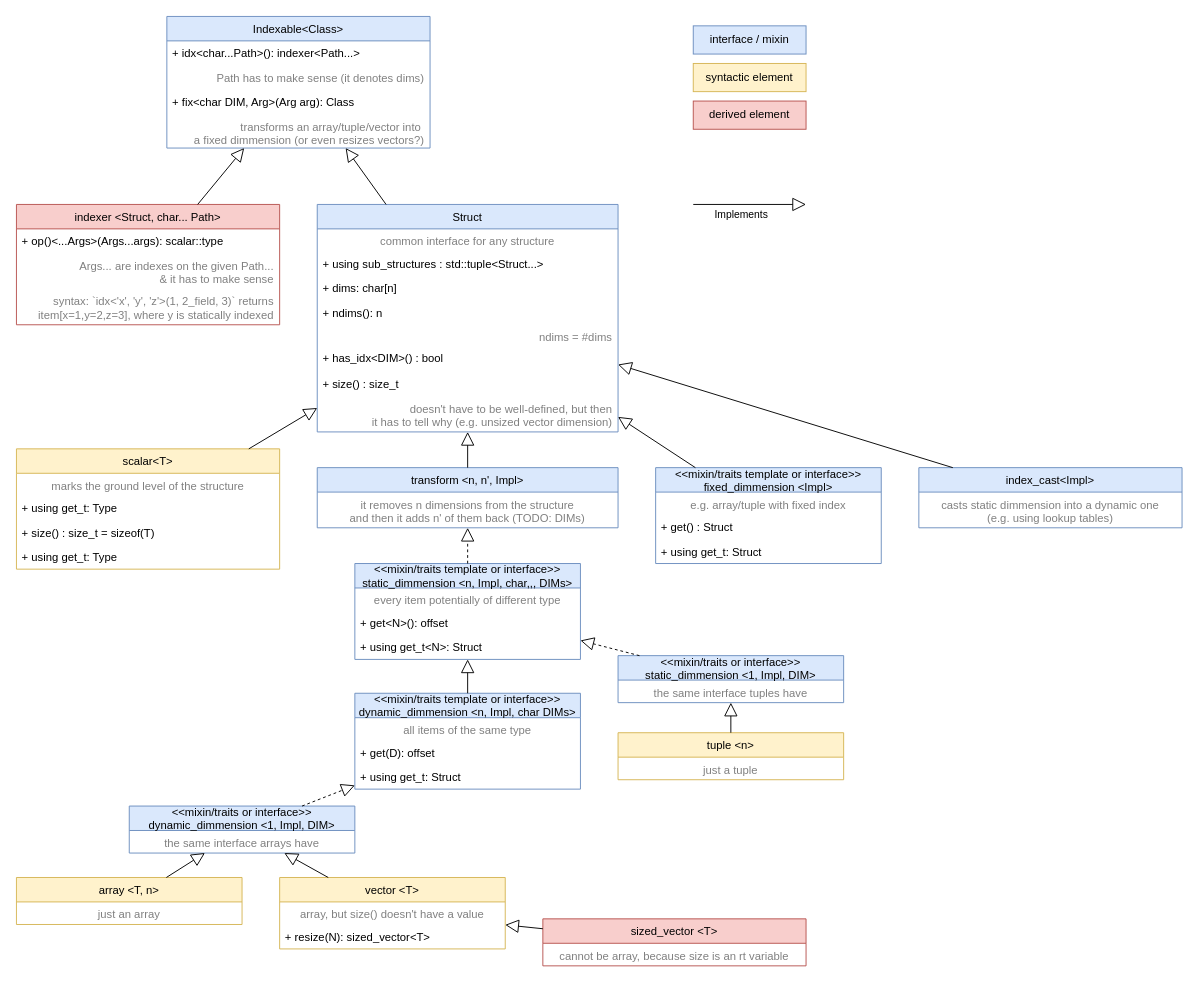
ParaCoToUl/noarr-structures keeps this draw.io diagram as policies/prototype/diagram.drawio. Above is the earlier version. Source tidied: cells renumbered, new cells numbered last; positions are measured from the earlier drawing's top-left corner, leaving out a move shared by most shapes. Both pictures are drawn from the tidied source at 94%, with x=0, y=0 at pixel (16, 16).
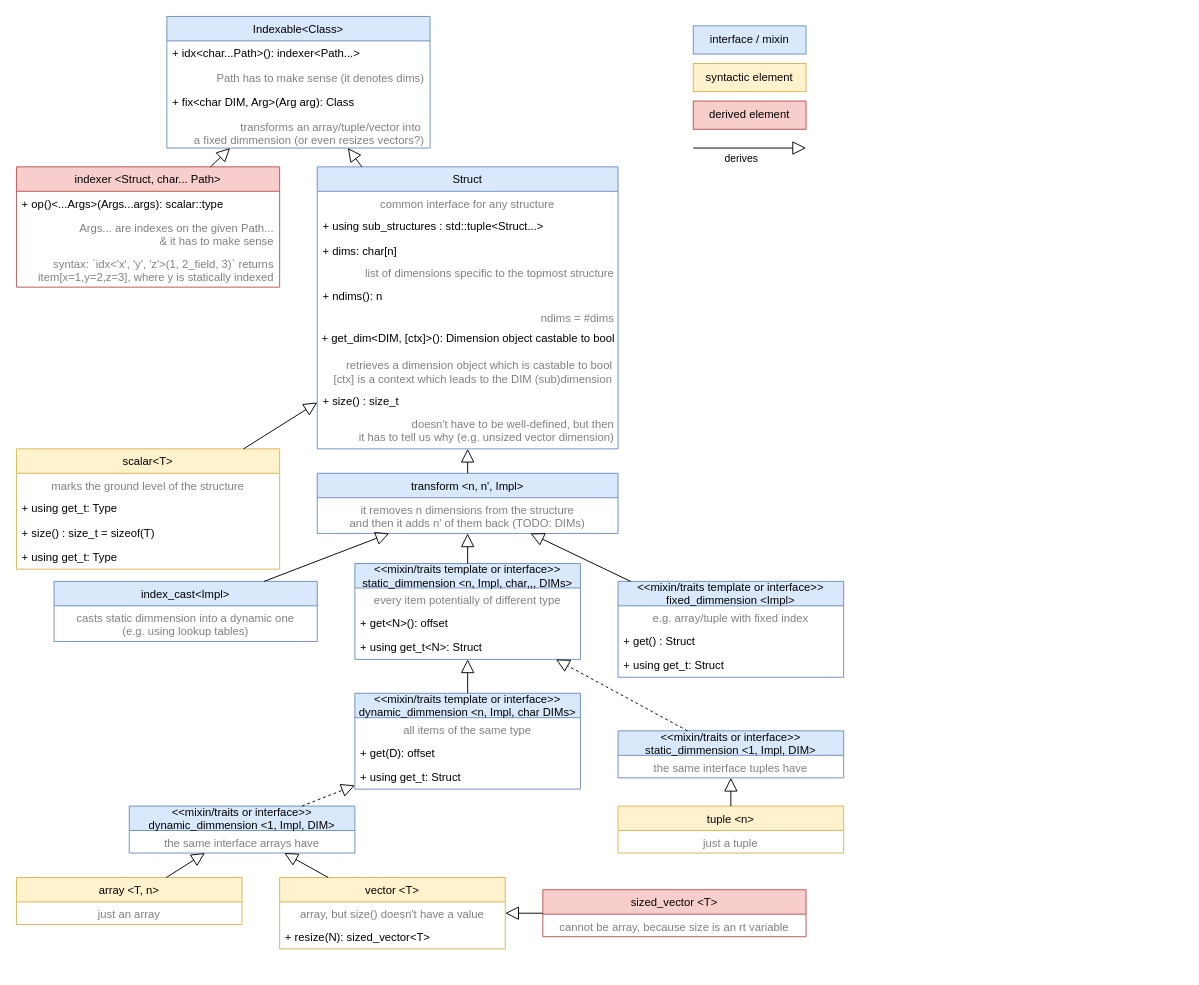
After the change.

Unchanged cells that the change refers to:
```xml
<mxCell id="2" value="&lt;&lt;mixin/traits template or interface&gt;&gt;&#10;static_dimmension &lt;n, Impl, char,,, DIMs&gt;" style="swimlane;fontStyle=0;horizontal=1;startSize=26;fillColor=#dae8fc;strokeColor=#6c8ebf;" parent="1" vertex="1">
  <mxGeometry x="360" y="582" width="240" height="102" as="geometry" />
</mxCell>
```

The edit, as a diff of the source:
```diff
@@
     <mxCell id="11" value="&lt;&lt;mixin/traits or interface&gt;&gt;&#10;static_dimmension &lt;1, Impl, DIM&gt;" style="swimlane;fontStyle=0;horizontal=1;startSize=26;fillColor=#dae8fc;strokeColor=#6c8ebf;" parent="1" vertex="1">
-      <mxGeometry x="640" y="680" width="240" height="50" as="geometry" />
+      <mxGeometry x="640" y="760" width="240" height="50" as="geometry" />
     </mxCell>
@@
     <mxCell id="14" value="tuple &lt;n&gt;" style="swimlane;fontStyle=0;horizontal=1;startSize=26;fillColor=#fff2cc;strokeColor=#d6b656;" parent="1" vertex="1">
-      <mxGeometry x="640" y="762" width="240" height="50" as="geometry" />
+      <mxGeometry x="640" y="840" width="240" height="50" as="geometry" />
     </mxCell>
@@
     <mxCell id="27" value="transform &lt;n, n', Impl&gt;" style="swimlane;fontStyle=0;horizontal=1;startSize=26;fillColor=#dae8fc;strokeColor=#6c8ebf;" parent="1" vertex="1">
-      <mxGeometry x="320" y="480" width="320" height="64" as="geometry" />
+      <mxGeometry x="320" y="486" width="320" height="64" as="geometry" />
     </mxCell>
@@
     <mxCell id="29" value="indexer &lt;Struct, char... Path&gt;" style="swimlane;fontStyle=0;horizontal=1;startSize=26;fillColor=#f8cecc;strokeColor=#b85450;" parent="1" vertex="1">
-      <mxGeometry y="200" width="280" height="128" as="geometry" />
+      <mxGeometry y="160" width="280" height="128" as="geometry" />
     </mxCell>
@@
     <mxCell id="33" value="Struct" style="swimlane;fontStyle=0;horizontal=1;startSize=26;fillColor=#dae8fc;strokeColor=#6c8ebf;" parent="1" vertex="1">
-      <mxGeometry x="320" y="200" width="320" height="242" as="geometry" />
+      <mxGeometry x="320" y="160" width="320" height="300" as="geometry" />
     </mxCell>
@@
+    <mxCell id="73" value="list of dimensions specific to the topmost structure" style="text;strokeColor=none;fillColor=none;align=right;verticalAlign=top;spacingLeft=4;spacingRight=4;overflow=hidden;fontColor=#808080;spacing=0;" parent="33" vertex="1">
+      <mxGeometry y="102" width="320" height="22" as="geometry" />
+    </mxCell>
     <mxCell id="37" value="+ ndims(): n" style="text;strokeColor=none;fillColor=none;align=left;verticalAlign=top;spacingLeft=4;spacingRight=4;overflow=hidden;" parent="33" vertex="1">
-      <mxGeometry y="102" width="320" height="26" as="geometry" />
+      <mxGeometry y="124" width="320" height="26" as="geometry" />
     </mxCell>
-    <mxCell id="38" value="ndims = #dims" style="text;strokeColor=none;fillColor=none;align=right;verticalAlign=top;spacingLeft=4;spacingRight=4;overflow=hidden;fontColor=#808080;" parent="33" vertex="1">
-      <mxGeometry y="128" width="320" height="22" as="geometry" />
+    <mxCell id="38" value="ndims = #dims" style="text;strokeColor=none;fillColor=none;align=right;verticalAlign=top;spacingLeft=4;spacingRight=4;overflow=hidden;fontColor=#808080;spacing=0;" parent="33" vertex="1">
+      <mxGeometry y="150" width="320" height="20" as="geometry" />
     </mxCell>
-    <mxCell id="39" value="+ has_idx&lt;DIM&gt;() : bool" style="text;strokeColor=none;fillColor=none;align=left;verticalAlign=top;spacingLeft=4;spacingRight=4;overflow=hidden;" parent="33" vertex="1">
-      <mxGeometry y="150" width="320" height="28" as="geometry" />
-    </mxCell>
+    <mxCell id="74" value="+ get_dim&lt;DIM, [ctx]&gt;(): Dimension object castable to bool" style="text;strokeColor=none;fillColor=none;align=left;verticalAlign=top;spacingLeft=4;spacingRight=4;overflow=hidden;spacing=1;" parent="33" vertex="1">
+      <mxGeometry y="170" width="320" height="28" as="geometry" />
+    </mxCell>
+    <mxCell id="75" value="retrieves a dimension object which is castable to bool&#10;[ctx] is a context which leads to the DIM (sub)dimension" style="text;strokeColor=none;fillColor=none;align=right;verticalAlign=top;spacingLeft=4;spacingRight=4;overflow=hidden;fontColor=#808080;" parent="33" vertex="1">
+      <mxGeometry y="198" width="320" height="38" as="geometry" />
+    </mxCell>
     <mxCell id="40" value="+ size() : size_t" style="text;strokeColor=none;fillColor=none;align=left;verticalAlign=top;spacingLeft=4;spacingRight=4;overflow=hidden;" parent="33" vertex="1">
-      <mxGeometry y="178" width="320" height="26" as="geometry" />
+      <mxGeometry y="236" width="320" height="26" as="geometry" />
     </mxCell>
-    <mxCell id="41" value="doesn't have to be well-defined, but then&#10;it has to tell why (e.g. unsized vector dimension)" style="text;strokeColor=none;fillColor=none;align=right;verticalAlign=top;spacingLeft=4;spacingRight=4;overflow=hidden;fontColor=#808080;" parent="33" vertex="1">
-      <mxGeometry y="204" width="320" height="38" as="geometry" />
+    <mxCell id="41" value="doesn't have to be well-defined, but then&#10;it has to tell us why (e.g. unsized vector dimension)" style="text;strokeColor=none;fillColor=none;align=right;verticalAlign=top;spacingLeft=4;spacingRight=4;overflow=hidden;fontColor=#808080;spacing=0;" parent="33" vertex="1">
+      <mxGeometry y="262" width="320" height="38" as="geometry" />
     </mxCell>
@@
     <mxCell id="48" value="&lt;&lt;mixin/traits template or interface&gt;&gt;&#10;fixed_dimmension &lt;Impl&gt;" style="swimlane;fontStyle=0;horizontal=1;startSize=26;fillColor=#dae8fc;strokeColor=#6c8ebf;" parent="1" vertex="1">
-      <mxGeometry x="680" y="480" width="240" height="102" as="geometry" />
+      <mxGeometry x="640" y="601" width="240" height="102" as="geometry" />
     </mxCell>
@@
-    <mxCell id="52" style="endArrow=block;endFill=0;endSize=12;html=1;" parent="1" edge="1" source="48" target="33">
+    <mxCell id="52" style="endArrow=block;endFill=0;endSize=12;html=1;" parent="1" edge="1" source="48" target="27">
       <mxGeometry relative="1" as="geometry" />
     </mxCell>
@@
     <mxCell id="60" value="sized_vector &lt;T&gt;" style="swimlane;fontStyle=0;horizontal=1;startSize=26;fillColor=#f8cecc;strokeColor=#b85450;" parent="1" vertex="1">
-      <mxGeometry x="560" y="960" width="280" height="50" as="geometry" />
+      <mxGeometry x="560" y="929" width="280" height="50" as="geometry" />
     </mxCell>
@@
     <mxCell id="63" style="endArrow=block;endFill=0;endSize=12;html=1;" parent="1" edge="1">
       <mxGeometry relative="1" as="geometry">
-        <mxPoint x="720" y="200" as="sourcePoint" />
-        <mxPoint x="840" y="200" as="targetPoint" />
+        <mxPoint x="720" y="140" as="sourcePoint" />
+        <mxPoint x="840" y="140" as="targetPoint" />
       </mxGeometry>
     </mxCell>
-    <mxCell id="64" value="Implements" style="edgeLabel;html=1;align=center;verticalAlign=middle;" parent="63" vertex="1">
+    <mxCell id="64" value="derives" style="edgeLabel;html=1;align=center;verticalAlign=middle;" parent="63" vertex="1">
       <mxGeometry x="0.36" y="1" relative="1" as="geometry">
         <mxPoint x="-31.2" y="11" as="offset" />
       </mxGeometry>
     </mxCell>
-    <mxCell id="65" style="endArrow=block;endFill=0;endSize=12;html=1;dashed=1;" parent="1" edge="1" source="2" target="27">
+    <mxCell id="65" style="endArrow=block;endFill=0;endSize=12;html=1;" parent="1" edge="1" source="2" target="27">
       <mxGeometry relative="1" as="geometry" />
     </mxCell>
@@
     <mxCell id="69" value="index_cast&lt;Impl&gt;" style="swimlane;fontStyle=0;horizontal=1;startSize=26;fillColor=#dae8fc;strokeColor=#6c8ebf;" parent="1" vertex="1">
-      <mxGeometry x="960" y="480" width="280" height="64" as="geometry" />
+      <mxGeometry x="40" y="601" width="280" height="64" as="geometry" />
     </mxCell>
@@
-    <mxCell id="72" style="endArrow=block;endFill=0;endSize=12;html=1;" parent="1" edge="1" source="69" target="33">
+    <mxCell id="72" style="endArrow=block;endFill=0;endSize=12;html=1;" parent="1" edge="1" source="69" target="27">
       <mxGeometry relative="1" as="geometry" />
     </mxCell>
```
